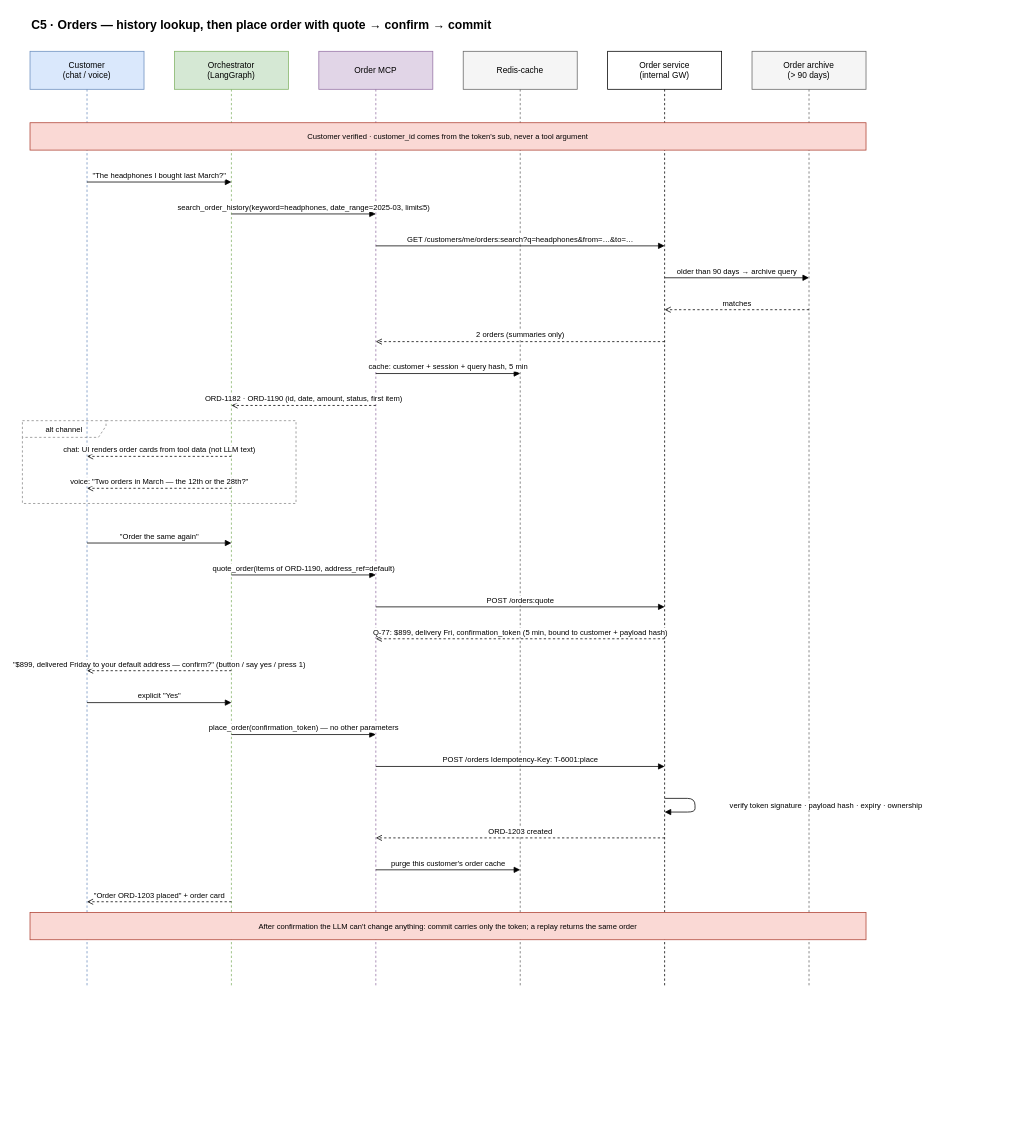
airplanecraft/customer-support-agent keeps this draw.io diagram as docs/diagrams/C5-orders.drawio. Above is the earlier version. Source tidied: cells renumbered, new cells numbered last; positions are measured from the earlier drawing's top-left corner, leaving out a move shared by most shapes. Both pictures are drawn from the tidied source at 76%, with x=0, y=0 at pixel (22, 13).
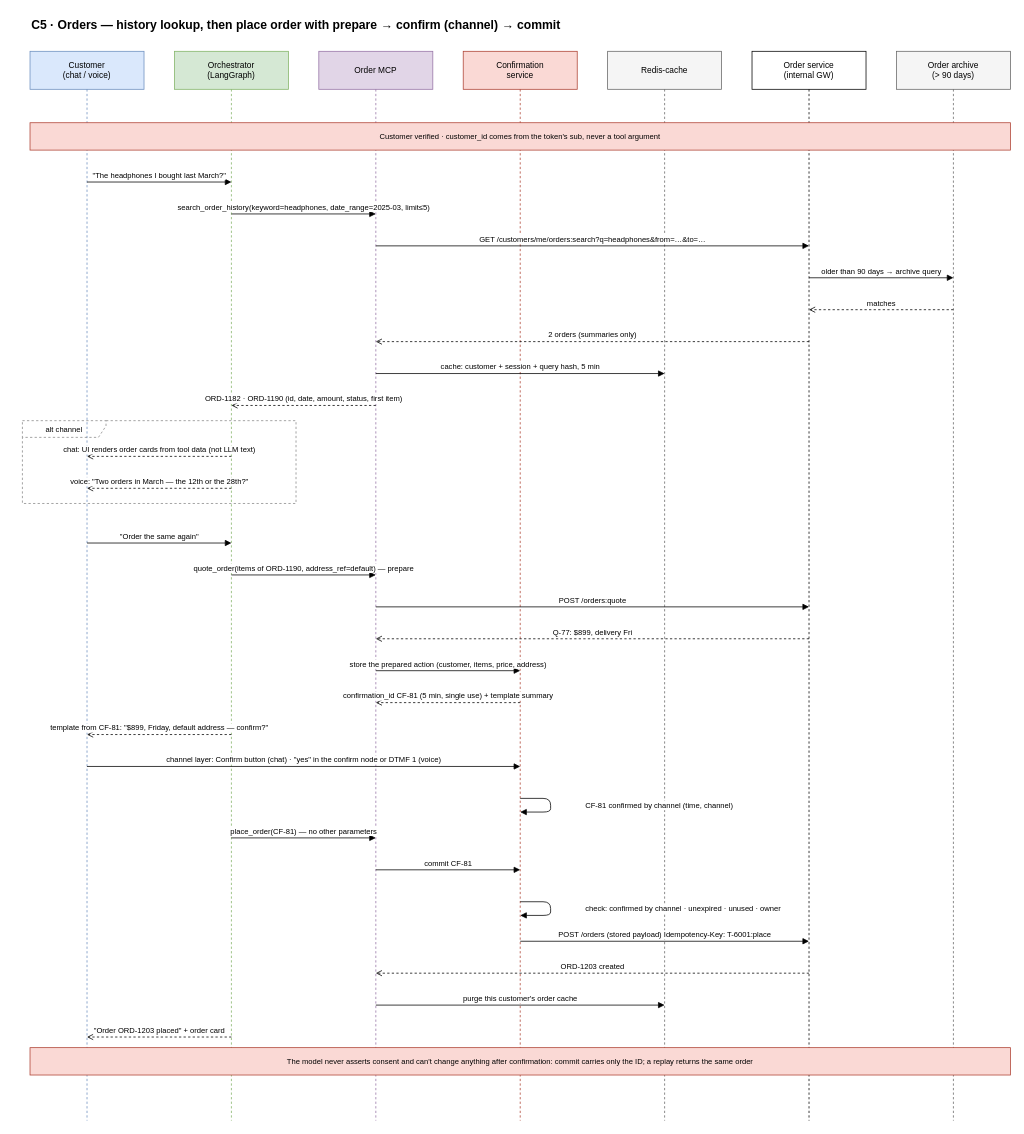
Above is the later version.

Commit message (it also covers changes not shown here):
v1.16: T1 contract covers every customer-confirmed write (confirmation service)

Diff of the diagram source:
```diff
@@
     <mxCell id="2" value="Order archive&lt;br&gt;(&gt; 90 days)" style="shape=umlLifeline;perimeter=lifelinePerimeter;whiteSpace=wrap;html=1;size=50;fillColor=#f5f5f5;strokeColor=#666666;fontSize=11;" parent="1" vertex="1">
-      <mxGeometry x="960" y="50" width="150" height="1229" as="geometry" />
+      <mxGeometry x="1150" y="50" width="150" height="1407" as="geometry" />
     </mxCell>
     <mxCell id="3" value="Order service&lt;br&gt;(internal GW)" style="shape=umlLifeline;perimeter=lifelinePerimeter;whiteSpace=wrap;html=1;size=50;fillColor=#ffffff;strokeColor=#000000;fontSize=11;" parent="1" vertex="1">
-      <mxGeometry x="770" y="50" width="150" height="1229" as="geometry" />
+      <mxGeometry x="960" y="50" width="150" height="1407" as="geometry" />
     </mxCell>
     <mxCell id="4" value="Redis-cache" style="shape=umlLifeline;perimeter=lifelinePerimeter;whiteSpace=wrap;html=1;size=50;fillColor=#f5f5f5;strokeColor=#666666;fontSize=11;" parent="1" vertex="1">
-      <mxGeometry x="580" y="50" width="150" height="1229" as="geometry" />
+      <mxGeometry x="770" y="50" width="150" height="1407" as="geometry" />
     </mxCell>
+    <mxCell id="34" value="Confirmation&lt;br&gt;service" style="shape=umlLifeline;perimeter=lifelinePerimeter;whiteSpace=wrap;html=1;size=50;fillColor=#fad9d5;strokeColor=#ae4132;fontSize=11;" parent="1" vertex="1">
+      <mxGeometry x="580" y="50" width="150" height="1407" as="geometry" />
+    </mxCell>
     <mxCell id="5" value="Order MCP" style="shape=umlLifeline;perimeter=lifelinePerimeter;whiteSpace=wrap;html=1;size=50;fillColor=#e1d5e7;strokeColor=#9673a6;fontSize=11;" parent="1" vertex="1">
-      <mxGeometry x="390" y="50" width="150" height="1229" as="geometry" />
+      <mxGeometry x="390" y="50" width="150" height="1407" as="geometry" />
     </mxCell>
     <mxCell id="6" value="Orchestrator&lt;br&gt;(LangGraph)" style="shape=umlLifeline;perimeter=lifelinePerimeter;whiteSpace=wrap;html=1;size=50;fillColor=#d5e8d4;strokeColor=#82b366;fontSize=11;" parent="1" vertex="1">
-      <mxGeometry x="200" y="50" width="150" height="1229" as="geometry" />
+      <mxGeometry x="200" y="50" width="150" height="1407" as="geometry" />
     </mxCell>
     <mxCell id="7" value="Customer&lt;br&gt;(chat / voice)" style="shape=umlLifeline;perimeter=lifelinePerimeter;whiteSpace=wrap;html=1;size=50;fillColor=#dae8fc;strokeColor=#6c8ebf;fontSize=11;" parent="1" vertex="1">
-      <mxGeometry x="10" y="50" width="150" height="1229" as="geometry" />
+      <mxGeometry x="10" y="50" width="150" height="1407" as="geometry" />
     </mxCell>
-    <mxCell id="8" value="C5 · Orders — history lookup, then place order with quote → confirm → commit" style="text;html=1;align=left;verticalAlign=middle;fontSize=16;fontStyle=1;" parent="1" vertex="1">
-      <mxGeometry x="10" width="1100" height="30" as="geometry" />
+    <mxCell id="8" value="C5 · Orders — history lookup, then place order with prepare → confirm (channel) → commit" style="text;html=1;align=left;verticalAlign=middle;fontSize=16;fontStyle=1;" parent="1" vertex="1">
+      <mxGeometry x="10" width="1200" height="30" as="geometry" />
     </mxCell>
     <mxCell id="9" value="Customer verified · customer_id comes from the token's sub, never a tool argument" style="rounded=0;whiteSpace=wrap;html=1;fillColor=#fad9d5;strokeColor=#ae4132;fontSize=12;fontSize=10;align=center;" parent="1" vertex="1">
-      <mxGeometry x="10" y="144" width="1100" height="36" as="geometry" />
+      <mxGeometry x="10" y="144" width="1290" height="36" as="geometry" />
     </mxCell>
@@
     <mxCell id="12" value="GET /customers/me/orders:search?q=headphones&amp;from=…&amp;to=…" style="html=1;verticalAlign=bottom;fontSize=10;labelBackgroundColor=#ffffff;endArrow=block;" parent="1" edge="1">
       <mxGeometry relative="1" as="geometry">
         <mxPoint x="465" y="306" as="sourcePoint" />
-        <mxPoint x="845" y="306" as="targetPoint" />
+        <mxPoint x="1035" y="306" as="targetPoint" />
       </mxGeometry>
     </mxCell>
     <mxCell id="13" value="older than 90 days → archive query" style="html=1;verticalAlign=bottom;fontSize=10;labelBackgroundColor=#ffffff;endArrow=block;" parent="1" edge="1">
       <mxGeometry relative="1" as="geometry">
-        <mxPoint x="845" y="348" as="sourcePoint" />
-        <mxPoint x="1035" y="348" as="targetPoint" />
+        <mxPoint x="1035" y="348" as="sourcePoint" />
+        <mxPoint x="1225" y="348" as="targetPoint" />
       </mxGeometry>
     </mxCell>
     <mxCell id="14" value="matches" style="html=1;verticalAlign=bottom;fontSize=10;labelBackgroundColor=#ffffff;endArrow=open;dashed=1;" parent="1" edge="1">
       <mxGeometry relative="1" as="geometry">
-        <mxPoint x="1035" y="390" as="sourcePoint" />
-        <mxPoint x="845" y="390" as="targetPoint" />
+        <mxPoint x="1225" y="390" as="sourcePoint" />
+        <mxPoint x="1035" y="390" as="targetPoint" />
       </mxGeometry>
     </mxCell>
     <mxCell id="15" value="2 orders (summaries only)" style="html=1;verticalAlign=bottom;fontSize=10;labelBackgroundColor=#ffffff;endArrow=open;dashed=1;" parent="1" edge="1">
       <mxGeometry relative="1" as="geometry">
-        <mxPoint x="845" y="432" as="sourcePoint" />
+        <mxPoint x="1035" y="432" as="sourcePoint" />
         <mxPoint x="465" y="432" as="targetPoint" />
       </mxGeometry>
     </mxCell>
     <mxCell id="16" value="cache: customer + session + query hash, 5 min" style="html=1;verticalAlign=bottom;fontSize=10;labelBackgroundColor=#ffffff;endArrow=block;" parent="1" edge="1">
       <mxGeometry relative="1" as="geometry">
         <mxPoint x="465" y="474" as="sourcePoint" />
-        <mxPoint x="655" y="474" as="targetPoint" />
+        <mxPoint x="845" y="474" as="targetPoint" />
       </mxGeometry>
     </mxCell>
@@
-    <mxCell id="22" value="quote_order(items of ORD-1190, address_ref=default)" style="html=1;verticalAlign=bottom;fontSize=10;labelBackgroundColor=#ffffff;endArrow=block;" parent="1" edge="1">
+    <mxCell id="22" value="quote_order(items of ORD-1190, address_ref=default)  — prepare" style="html=1;verticalAlign=bottom;fontSize=10;labelBackgroundColor=#ffffff;endArrow=block;" parent="1" edge="1">
       <mxGeometry relative="1" as="geometry">
         <mxPoint x="275" y="739" as="sourcePoint" />
         <mxPoint x="465" y="739" as="targetPoint" />
       </mxGeometry>
     </mxCell>
     <mxCell id="23" value="POST /orders:quote" style="html=1;verticalAlign=bottom;fontSize=10;labelBackgroundColor=#ffffff;endArrow=block;" parent="1" edge="1">
       <mxGeometry relative="1" as="geometry">
         <mxPoint x="465" y="781" as="sourcePoint" />
-        <mxPoint x="845" y="781" as="targetPoint" />
+        <mxPoint x="1035" y="781" as="targetPoint" />
       </mxGeometry>
     </mxCell>
-    <mxCell id="24" value="Q-77: $899, delivery Fri, confirmation_token (5 min, bound to customer + payload hash)" style="html=1;verticalAlign=bottom;fontSize=10;labelBackgroundColor=#ffffff;endArrow=open;dashed=1;" parent="1" edge="1">
+    <mxCell id="24" value="Q-77: $899, delivery Fri" style="html=1;verticalAlign=bottom;fontSize=10;labelBackgroundColor=#ffffff;endArrow=open;dashed=1;" parent="1" edge="1">
       <mxGeometry relative="1" as="geometry">
-        <mxPoint x="845" y="823" as="sourcePoint" />
+        <mxPoint x="1035" y="823" as="sourcePoint" />
         <mxPoint x="465" y="823" as="targetPoint" />
       </mxGeometry>
     </mxCell>
-    <mxCell id="25" value="&quot;$899, delivered Friday to your default address — confirm?&quot; (button / say yes / press 1)" style="html=1;verticalAlign=bottom;fontSize=10;labelBackgroundColor=#ffffff;endArrow=open;dashed=1;" parent="1" edge="1">
+    <mxCell id="25" value="store the prepared action (customer, items, price, address)" style="html=1;verticalAlign=bottom;fontSize=10;labelBackgroundColor=#ffffff;endArrow=block;" parent="1" edge="1">
       <mxGeometry relative="1" as="geometry">
-        <mxPoint x="275" y="865" as="sourcePoint" />
-        <mxPoint x="85" y="865" as="targetPoint" />
+        <mxPoint x="465" y="865" as="sourcePoint" />
+        <mxPoint x="655" y="865" as="targetPoint" />
       </mxGeometry>
     </mxCell>
-    <mxCell id="26" value="explicit &quot;Yes&quot;" style="html=1;verticalAlign=bottom;fontSize=10;labelBackgroundColor=#ffffff;endArrow=block;" parent="1" edge="1">
+    <mxCell id="26" value="confirmation_id CF-81 (5 min, single use) + template summary" style="html=1;verticalAlign=bottom;fontSize=10;labelBackgroundColor=#ffffff;endArrow=open;dashed=1;" parent="1" edge="1">
       <mxGeometry relative="1" as="geometry">
-        <mxPoint x="85" y="907" as="sourcePoint" />
-        <mxPoint x="275" y="907" as="targetPoint" />
+        <mxPoint x="655" y="907" as="sourcePoint" />
+        <mxPoint x="465" y="907" as="targetPoint" />
       </mxGeometry>
     </mxCell>
-    <mxCell id="27" value="place_order(confirmation_token)  — no other parameters" style="html=1;verticalAlign=bottom;fontSize=10;labelBackgroundColor=#ffffff;endArrow=block;" parent="1" edge="1">
+    <mxCell id="27" value="template from CF-81: &quot;$899, Friday, default address — confirm?&quot;" style="html=1;verticalAlign=bottom;fontSize=10;labelBackgroundColor=#ffffff;endArrow=open;dashed=1;" parent="1" edge="1">
       <mxGeometry relative="1" as="geometry">
         <mxPoint x="275" y="949" as="sourcePoint" />
-        <mxPoint x="465" y="949" as="targetPoint" />
+        <mxPoint x="85" y="949" as="targetPoint" />
       </mxGeometry>
     </mxCell>
-    <mxCell id="28" value="POST /orders  Idempotency-Key: T-6001:place" style="html=1;verticalAlign=bottom;fontSize=10;labelBackgroundColor=#ffffff;endArrow=block;" parent="1" edge="1">
+    <mxCell id="28" value="channel layer: Confirm button (chat) · &quot;yes&quot; in the confirm node or DTMF 1 (voice)" style="html=1;verticalAlign=bottom;fontSize=10;labelBackgroundColor=#ffffff;endArrow=block;" parent="1" edge="1">
       <mxGeometry relative="1" as="geometry">
-        <mxPoint x="465" y="991" as="sourcePoint" />
-        <mxPoint x="845" y="991" as="targetPoint" />
+        <mxPoint x="85" y="991" as="sourcePoint" />
+        <mxPoint x="655" y="991" as="targetPoint" />
       </mxGeometry>
     </mxCell>
-    <mxCell id="29" value="verify token signature · payload hash · expiry · ownership" style="html=1;align=left;spacingLeft=44;fontSize=10;endArrow=block;" parent="1" edge="1">
+    <mxCell id="29" value="CF-81 confirmed by channel (time, channel)" style="html=1;align=left;spacingLeft=44;fontSize=10;endArrow=block;" parent="1" edge="1">
       <mxGeometry relative="1" as="geometry">
-        <mxPoint x="845" y="1033" as="sourcePoint" />
-        <mxPoint x="845" y="1051" as="targetPoint" />
+        <mxPoint x="655" y="1033" as="sourcePoint" />
+        <mxPoint x="655" y="1051" as="targetPoint" />
         <Array as="points">
-          <mxPoint x="885" y="1033" />
-          <mxPoint x="885" y="1051" />
+          <mxPoint x="695" y="1033" />
+          <mxPoint x="695" y="1051" />
         </Array>
       </mxGeometry>
     </mxCell>
-    <mxCell id="30" value="ORD-1203 created" style="html=1;verticalAlign=bottom;fontSize=10;labelBackgroundColor=#ffffff;endArrow=open;dashed=1;" parent="1" edge="1">
+    <mxCell id="30" value="place_order(CF-81)  — no other parameters" style="html=1;verticalAlign=bottom;fontSize=10;labelBackgroundColor=#ffffff;endArrow=block;" parent="1" edge="1">
       <mxGeometry relative="1" as="geometry">
-        <mxPoint x="845" y="1085" as="sourcePoint" />
+        <mxPoint x="275" y="1085" as="sourcePoint" />
         <mxPoint x="465" y="1085" as="targetPoint" />
       </mxGeometry>
     </mxCell>
-    <mxCell id="31" value="purge this customer's order cache" style="html=1;verticalAlign=bottom;fontSize=10;labelBackgroundColor=#ffffff;endArrow=block;" parent="1" edge="1">
+    <mxCell id="31" value="commit CF-81" style="html=1;verticalAlign=bottom;fontSize=10;labelBackgroundColor=#ffffff;endArrow=block;" parent="1" edge="1">
       <mxGeometry relative="1" as="geometry">
         <mxPoint x="465" y="1127" as="sourcePoint" />
         <mxPoint x="655" y="1127" as="targetPoint" />
       </mxGeometry>
     </mxCell>
-    <mxCell id="32" value="&quot;Order ORD-1203 placed&quot; + order card" style="html=1;verticalAlign=bottom;fontSize=10;labelBackgroundColor=#ffffff;endArrow=open;dashed=1;" parent="1" edge="1">
+    <mxCell id="32" value="check: confirmed by channel · unexpired · unused · owner" style="html=1;align=left;spacingLeft=44;fontSize=10;endArrow=block;" parent="1" edge="1">
       <mxGeometry relative="1" as="geometry">
-        <mxPoint x="275" y="1169" as="sourcePoint" />
-        <mxPoint x="85" y="1169" as="targetPoint" />
+        <mxPoint x="655" y="1169" as="sourcePoint" />
+        <mxPoint x="655" y="1187" as="targetPoint" />
+        <Array as="points">
+          <mxPoint x="695" y="1169" />
+          <mxPoint x="695" y="1187" />
+        </Array>
       </mxGeometry>
     </mxCell>
-    <mxCell id="33" value="After confirmation the LLM can't change anything: commit carries only the token; a replay returns the same order" style="rounded=0;whiteSpace=wrap;html=1;fillColor=#fad9d5;strokeColor=#ae4132;fontSize=12;fontSize=10;align=center;" parent="1" vertex="1">
-      <mxGeometry x="10" y="1183" width="1100" height="36" as="geometry" />
+    <mxCell id="33" value="POST /orders (stored payload)  Idempotency-Key: T-6001:place" style="html=1;verticalAlign=bottom;fontSize=10;labelBackgroundColor=#ffffff;endArrow=block;" parent="1" edge="1">
+      <mxGeometry relative="1" as="geometry">
+        <mxPoint x="655" y="1221" as="sourcePoint" />
+        <mxPoint x="1035" y="1221" as="targetPoint" />
+      </mxGeometry>
     </mxCell>
+    <mxCell id="35" value="ORD-1203 created" style="html=1;verticalAlign=bottom;fontSize=10;labelBackgroundColor=#ffffff;endArrow=open;dashed=1;" parent="1" edge="1">
+      <mxGeometry relative="1" as="geometry">
+        <mxPoint x="1035" y="1263" as="sourcePoint" />
+        <mxPoint x="465" y="1263" as="targetPoint" />
+      </mxGeometry>
+    </mxCell>
+    <mxCell id="36" value="purge this customer's order cache" style="html=1;verticalAlign=bottom;fontSize=10;labelBackgroundColor=#ffffff;endArrow=block;" parent="1" edge="1">
+      <mxGeometry relative="1" as="geometry">
+        <mxPoint x="465" y="1305" as="sourcePoint" />
+        <mxPoint x="845" y="1305" as="targetPoint" />
+      </mxGeometry>
+    </mxCell>
+    <mxCell id="37" value="&quot;Order ORD-1203 placed&quot; + order card" style="html=1;verticalAlign=bottom;fontSize=10;labelBackgroundColor=#ffffff;endArrow=open;dashed=1;" parent="1" edge="1">
+      <mxGeometry relative="1" as="geometry">
+        <mxPoint x="275" y="1347" as="sourcePoint" />
+        <mxPoint x="85" y="1347" as="targetPoint" />
+      </mxGeometry>
+    </mxCell>
+    <mxCell id="38" value="The model never asserts consent and can't change anything after confirmation: commit carries only the ID; a replay returns the same order" style="rounded=0;whiteSpace=wrap;html=1;fillColor=#fad9d5;strokeColor=#ae4132;fontSize=12;fontSize=10;align=center;" parent="1" vertex="1">
+      <mxGeometry x="10" y="1361" width="1290" height="36" as="geometry" />
+    </mxCell>
```
